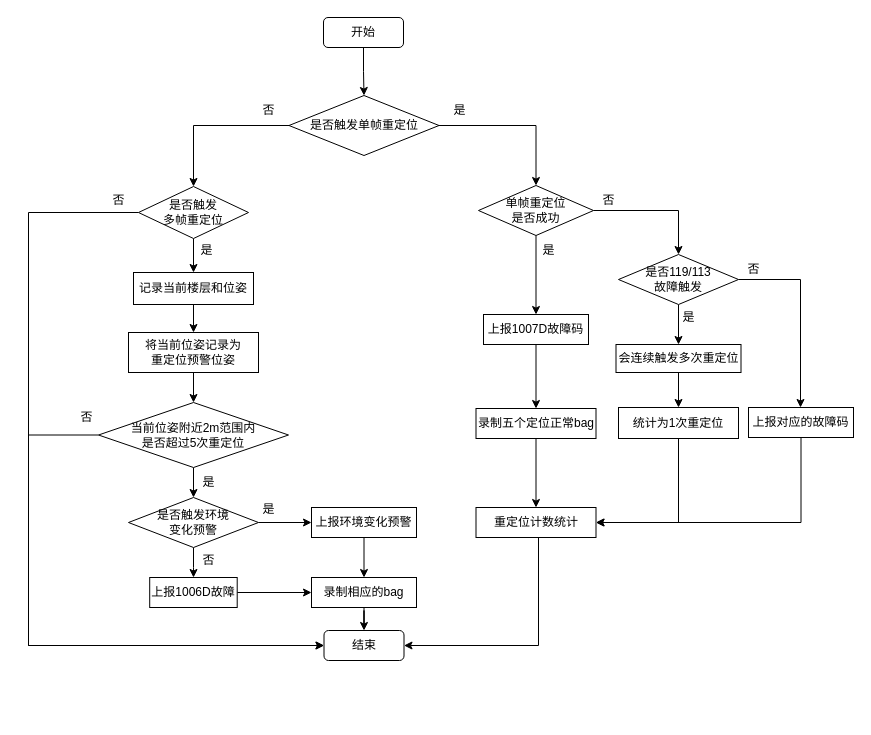
Earlier version of the draw.io diagram page "第 18 页" (18 of 18) of localization.drawio (lyfa007/picgo). Source tidied: cells renumbered, new cells numbered last; positions are measured from the earlier drawing's top-left corner, leaving out a move shared by most shapes. Both pictures are drawn from the tidied source at 100%, with x=0, y=0 at pixel (28, 17).
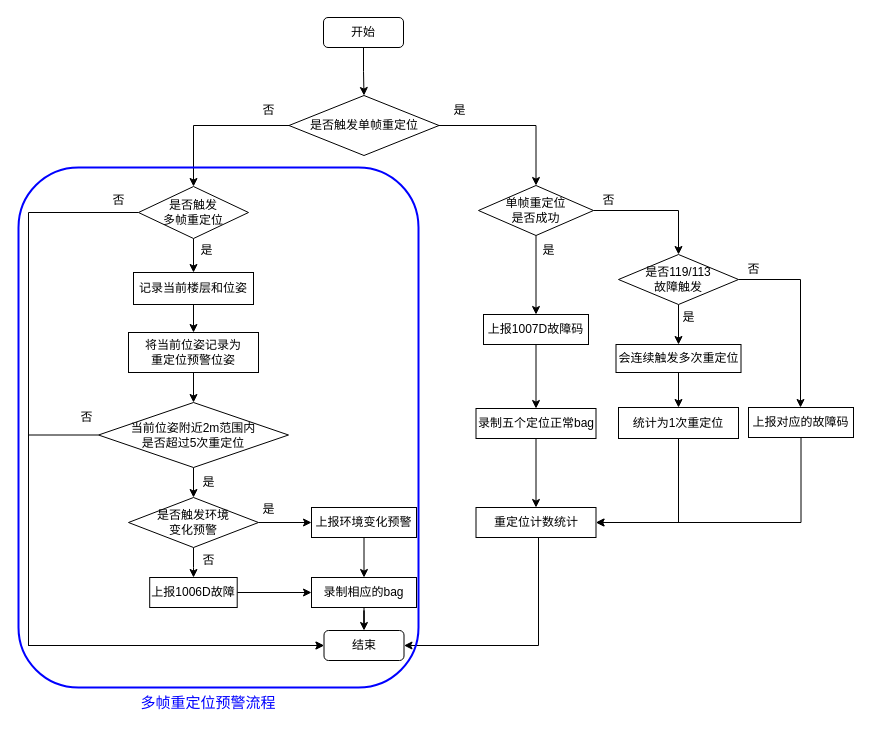
The same page after the edit.

Change to the diagram source:
```diff
@@
+    <mxCell id="57" style="rounded=1;whiteSpace=wrap;html=1;fillColor=none;strokeWidth=2;strokeColor=#0000FF;" parent="1" vertex="1">
+      <mxGeometry x="-10" y="150" width="400" height="520" as="geometry" />
+    </mxCell>
+    <mxCell id="58" value="&lt;font style=&quot;font-size: 15px;&quot; color=&quot;#0000ff&quot;&gt;多帧重定位预警流程&lt;/font&gt;" style="text;html=1;align=center;verticalAlign=middle;whiteSpace=wrap;rounded=0;" parent="1" vertex="1">
+      <mxGeometry x="110" y="670" width="140" height="30" as="geometry" />
+    </mxCell>
```
